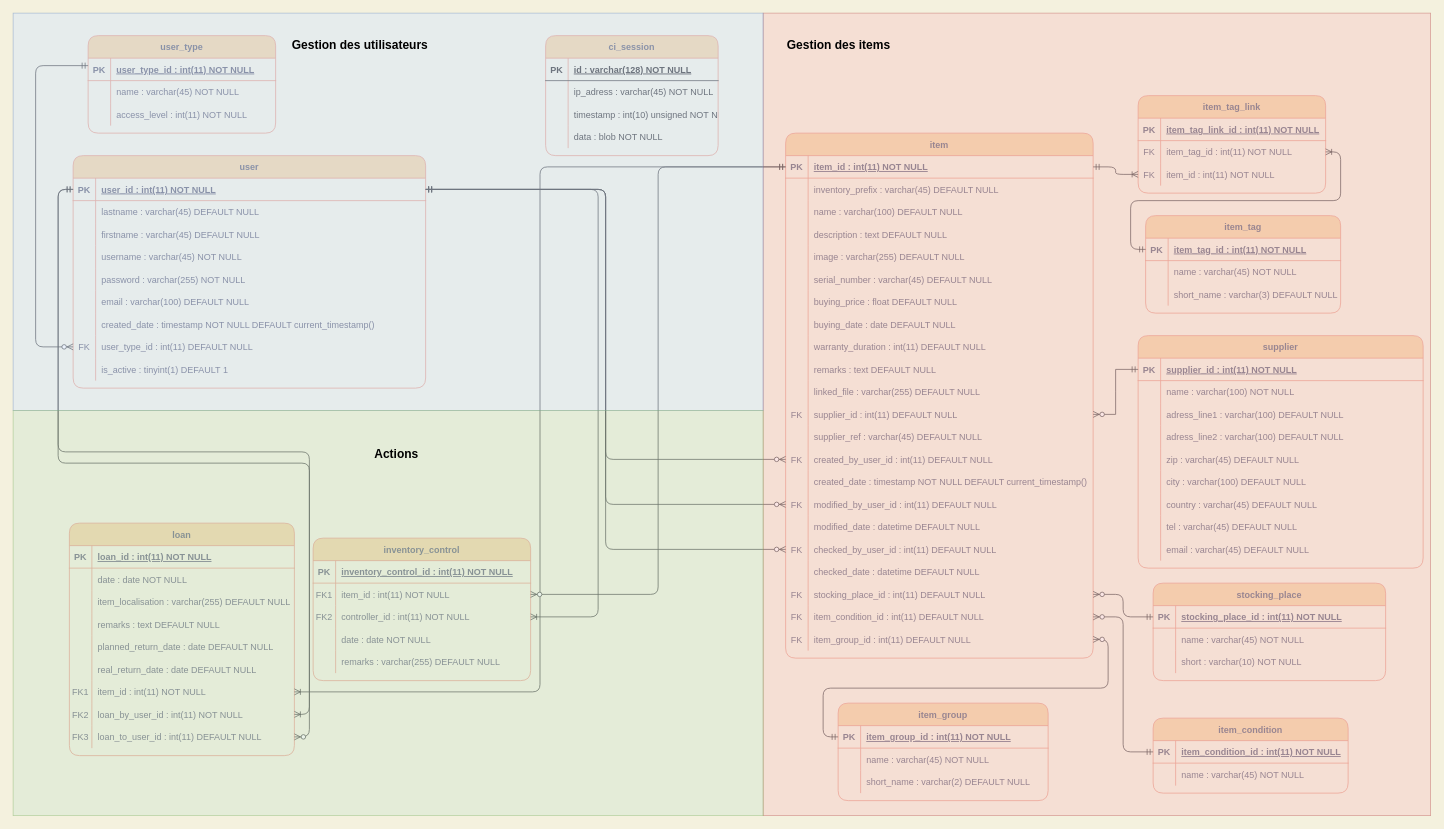
Above: documentation/stock_20210511.drawio in OrifInformatique/stock (draw.io), before the change. Source tidied: cells renumbered, new cells numbered last; positions are measured from the earlier drawing's top-left corner, leaving out a move shared by most shapes. Both pictures are drawn from the tidied source at 75%, with x=0, y=0 at pixel (13, 13).
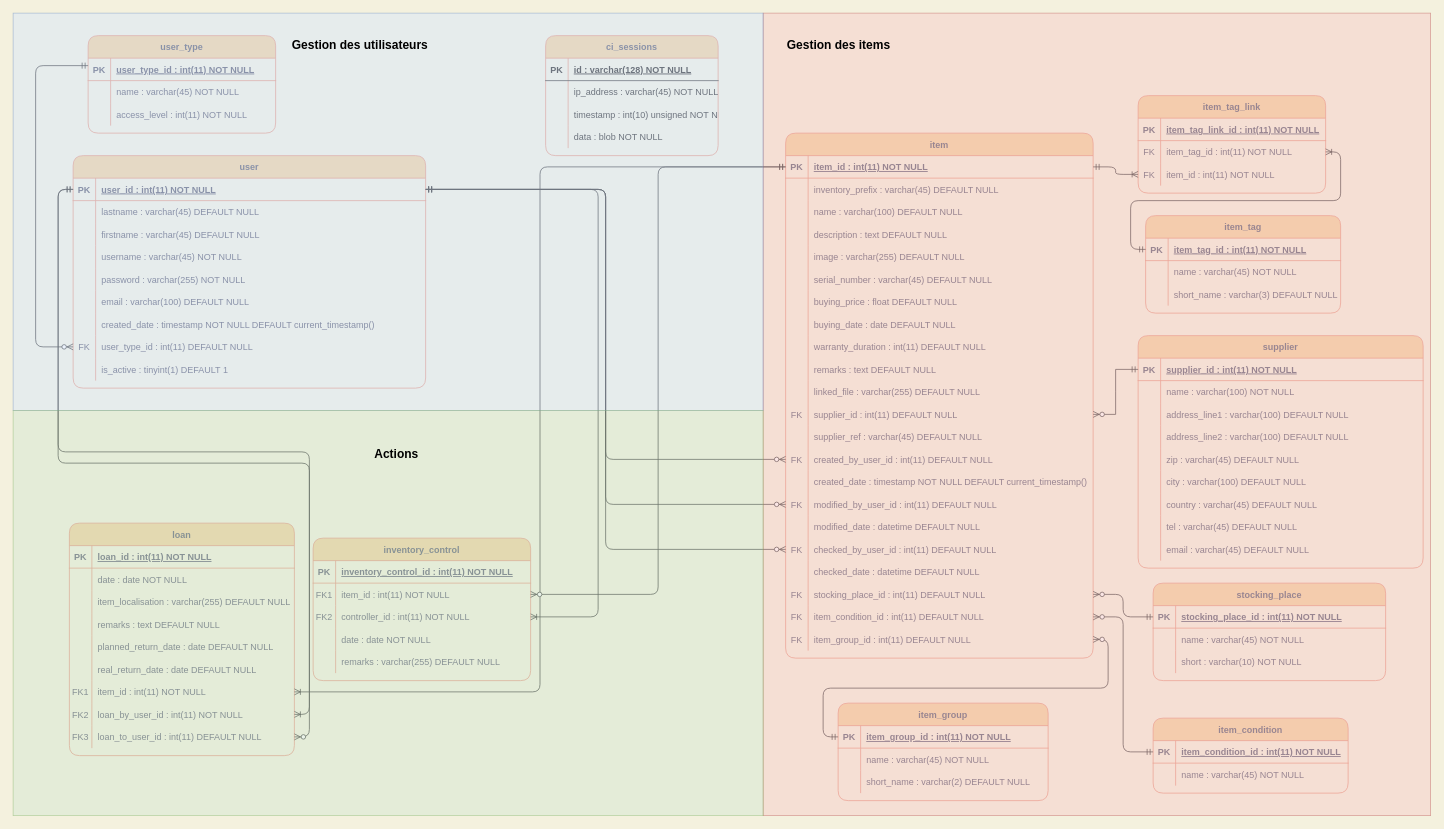
The same diagram, later.

The change refers to these unchanged cells:
```xml
<mxCell id="91" style="shape=partialRectangle;fillColor=none;top=0;left=0;bottom=0;right=0;strokeColor=#E07A5F;fontColor=#393C56;rounded=1;" parent="84" vertex="1">
  <mxGeometry y="90" width="380" height="30" as="geometry" />
</mxCell>
<mxCell id="94" style="shape=partialRectangle;fillColor=none;top=0;left=0;bottom=0;right=0;strokeColor=#E07A5F;fontColor=#393C56;rounded=1;" parent="84" vertex="1">
  <mxGeometry y="120" width="380" height="30" as="geometry" />
</mxCell>
<mxCell id="230" style="shape=partialRectangle;fillColor=none;top=0;left=0;bottom=0;right=0;rounded=1;" parent="226" vertex="1">
  <mxGeometry y="60" width="230" height="30" as="geometry" />
</mxCell>
```

Change to the diagram source:
```diff
@@
-    <mxCell id="93" value="adress_line1 : varchar(100) DEFAULT NULL" style="shape=partialRectangle;fillColor=none;top=0;left=0;bottom=0;right=0;align=left;spacingLeft=6;overflow=hidden;strokeColor=#E07A5F;fontColor=#393C56;rounded=1;" parent="91" vertex="1">
+    <mxCell id="93" value="address_line1 : varchar(100) DEFAULT NULL" style="shape=partialRectangle;fillColor=none;top=0;left=0;bottom=0;right=0;align=left;spacingLeft=6;overflow=hidden;strokeColor=#E07A5F;fontColor=#393C56;rounded=1;" parent="91" vertex="1">
       <mxGeometry x="30" width="350" height="30" as="geometry" />
     </mxCell>
@@
-    <mxCell id="96" value="adress_line2 : varchar(100) DEFAULT NULL" style="shape=partialRectangle;fillColor=none;top=0;left=0;bottom=0;right=0;align=left;spacingLeft=6;overflow=hidden;strokeColor=#E07A5F;fontColor=#393C56;rounded=1;" parent="94" vertex="1">
+    <mxCell id="96" value="address_line2 : varchar(100) DEFAULT NULL" style="shape=partialRectangle;fillColor=none;top=0;left=0;bottom=0;right=0;align=left;spacingLeft=6;overflow=hidden;strokeColor=#E07A5F;fontColor=#393C56;rounded=1;" parent="94" vertex="1">
       <mxGeometry x="30" width="350" height="30" as="geometry" />
     </mxCell>
@@
-    <mxCell id="226" value="ci_session" style="shape=table;startSize=30;childLayout=tableLayout;rowLines=0;fontStyle=1;align=center;sketch=0;fontColor=#393C56;strokeColor=#E07A5F;fillColor=#F2CC8F;rounded=1;" parent="1" vertex="1">
+    <mxCell id="226" value="ci_sessions" style="shape=table;startSize=30;childLayout=tableLayout;rowLines=0;fontStyle=1;align=center;sketch=0;fontColor=#393C56;strokeColor=#E07A5F;fillColor=#F2CC8F;rounded=1;" parent="1" vertex="1">
       <mxGeometry x="710" y="30" width="230" height="160" as="geometry" />
     </mxCell>
@@
-    <mxCell id="232" value="ip_adress : varchar(45) NOT NULL" style="shape=partialRectangle;fillColor=none;top=0;left=0;bottom=0;right=0;align=left;spacingLeft=6;overflow=hidden;rounded=1;" parent="230" vertex="1">
+    <mxCell id="232" value="ip_address : varchar(45) NOT NULL" style="shape=partialRectangle;fillColor=none;top=0;left=0;bottom=0;right=0;align=left;spacingLeft=6;overflow=hidden;rounded=1;" parent="230" vertex="1">
       <mxGeometry x="30" width="200" height="30" as="geometry" />
     </mxCell>
```
